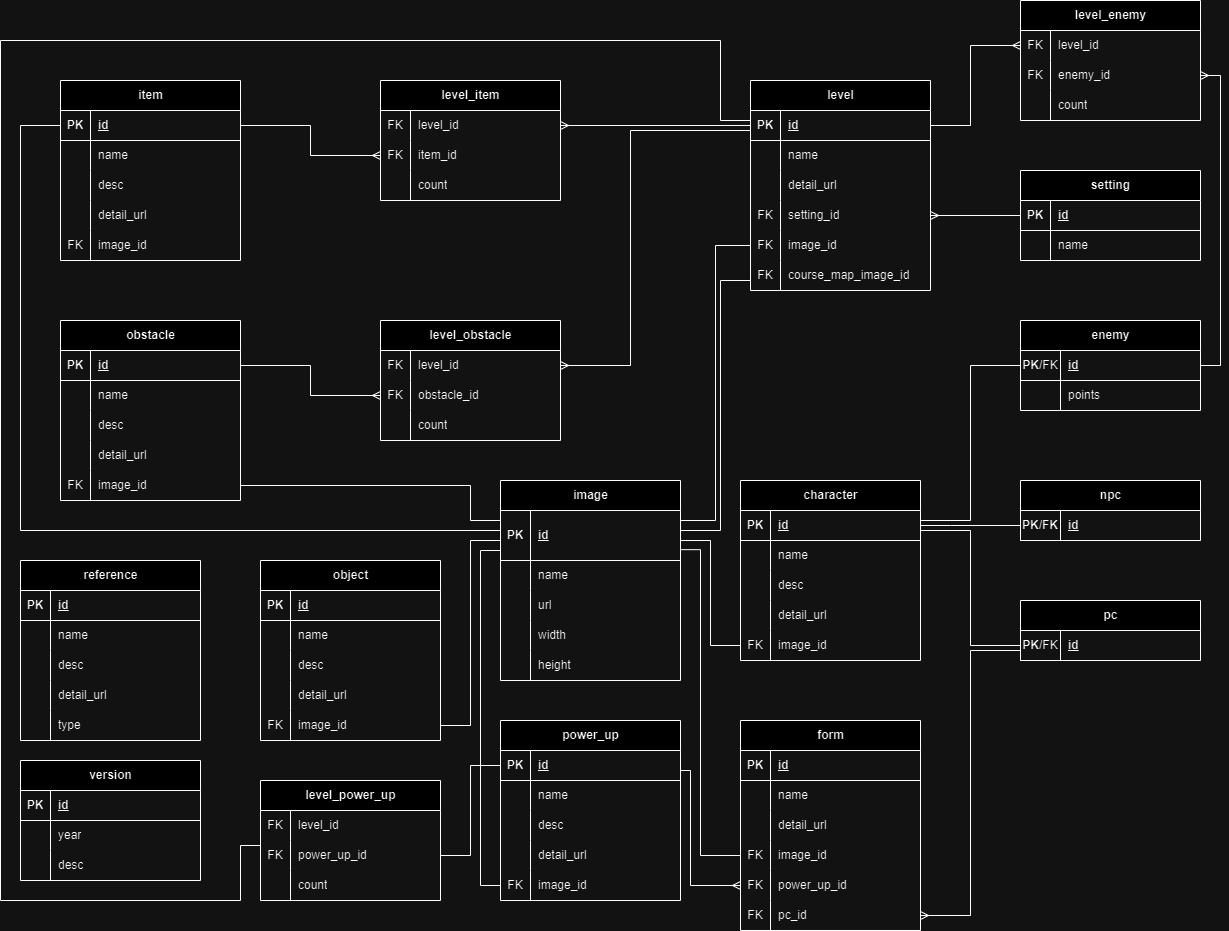
Before: Data Storing/design/Mario-DB-R.drawio.png, a diagram exported from draw.io (wargabasdat/Seleksi-2024-Tugas-1). Source tidied: cells renumbered, new cells last; positions are measured from the earlier drawing's top-left corner, leaving out a move shared by most shapes.
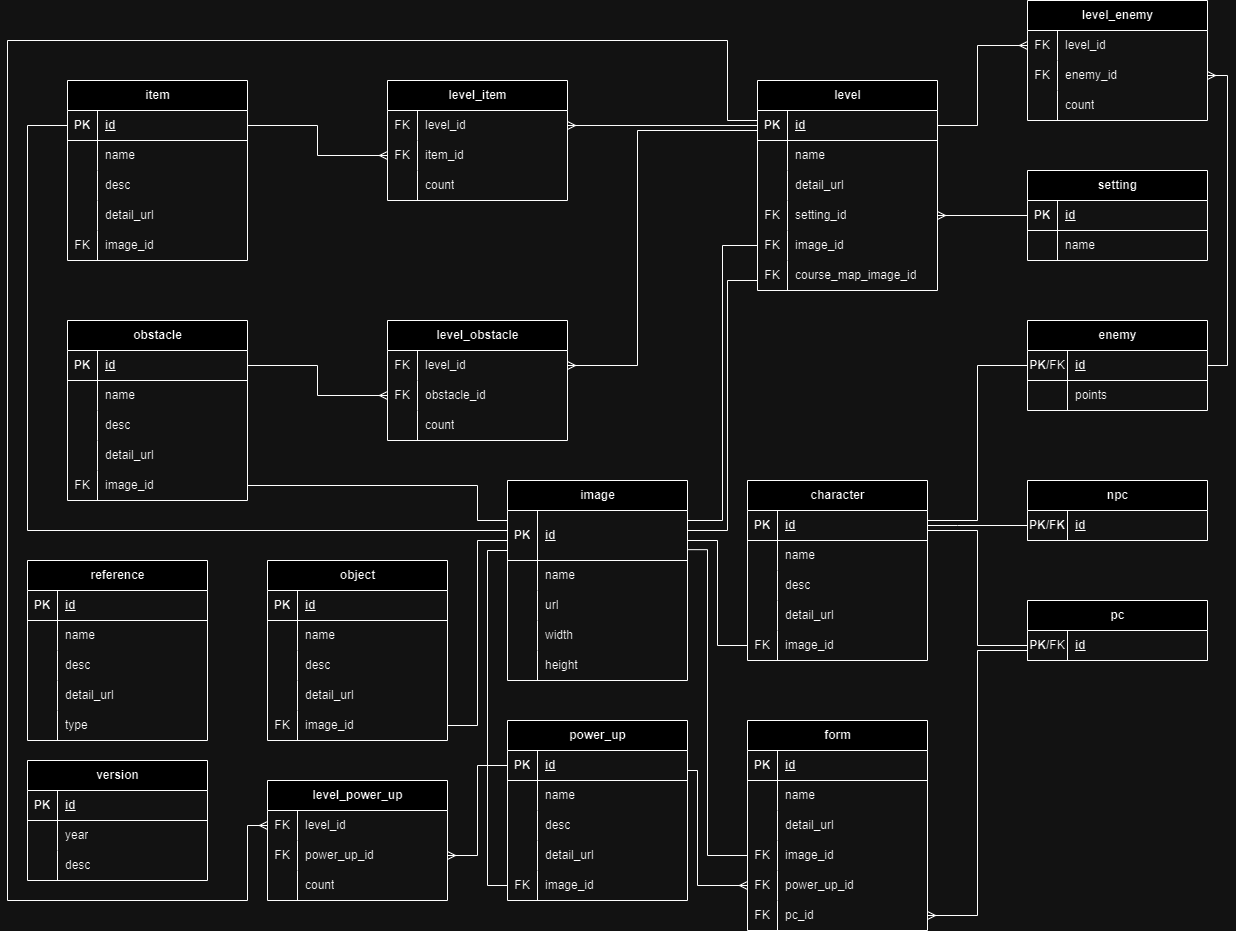
The same diagram one commit later.

Diff of the diagram source:
```diff
@@ -824,10 +824,10 @@
     <mxCell id="243" value="count" style="shape=partialRectangle;fillColor=none;top=0;left=0;bottom=0;right=0;align=left;spacingLeft=6;overflow=hidden;whiteSpace=wrap;html=1;" parent="241" vertex="1">
       <mxGeometry x="30" width="150" height="30" as="geometry" />
     </mxCell>
-    <mxCell id="244" style="edgeStyle=orthogonalEdgeStyle;rounded=0;jettySize=auto;html=1;entryX=0;entryY=0.5;entryDx=0;entryDy=0;endArrow=none;endFill=0;" parent="1" edge="1" source="238" target="51">
+    <mxCell id="244" style="edgeStyle=orthogonalEdgeStyle;rounded=0;jettySize=auto;html=1;entryX=0;entryY=0.5;entryDx=0;entryDy=0;endArrow=none;endFill=0;startArrow=ERmany;startFill=0;" parent="1" edge="1" source="238" target="51">
       <mxGeometry relative="1" as="geometry" />
     </mxCell>
-    <mxCell id="245" style="edgeStyle=orthogonalEdgeStyle;rounded=0;jettySize=auto;html=1;entryX=0;entryY=0.5;entryDx=0;entryDy=0;endArrow=none;endFill=0;" parent="1" edge="1" source="169" target="235">
+    <mxCell id="245" style="edgeStyle=orthogonalEdgeStyle;rounded=0;jettySize=auto;html=1;entryX=0;entryY=0.5;entryDx=0;entryDy=0;endArrow=ERmany;endFill=0;" parent="1" edge="1" source="169" target="235">
       <mxGeometry relative="1" as="geometry">
         <Array as="points">
           <mxPoint x="720" y="120" />
@@ -835,7 +835,7 @@
           <mxPoint y="40" />
           <mxPoint y="900" />
           <mxPoint x="240" y="900" />
-          <mxPoint x="240" y="845" />
+          <mxPoint x="240" y="825" />
         </Array>
       </mxGeometry>
     </mxCell>
```
